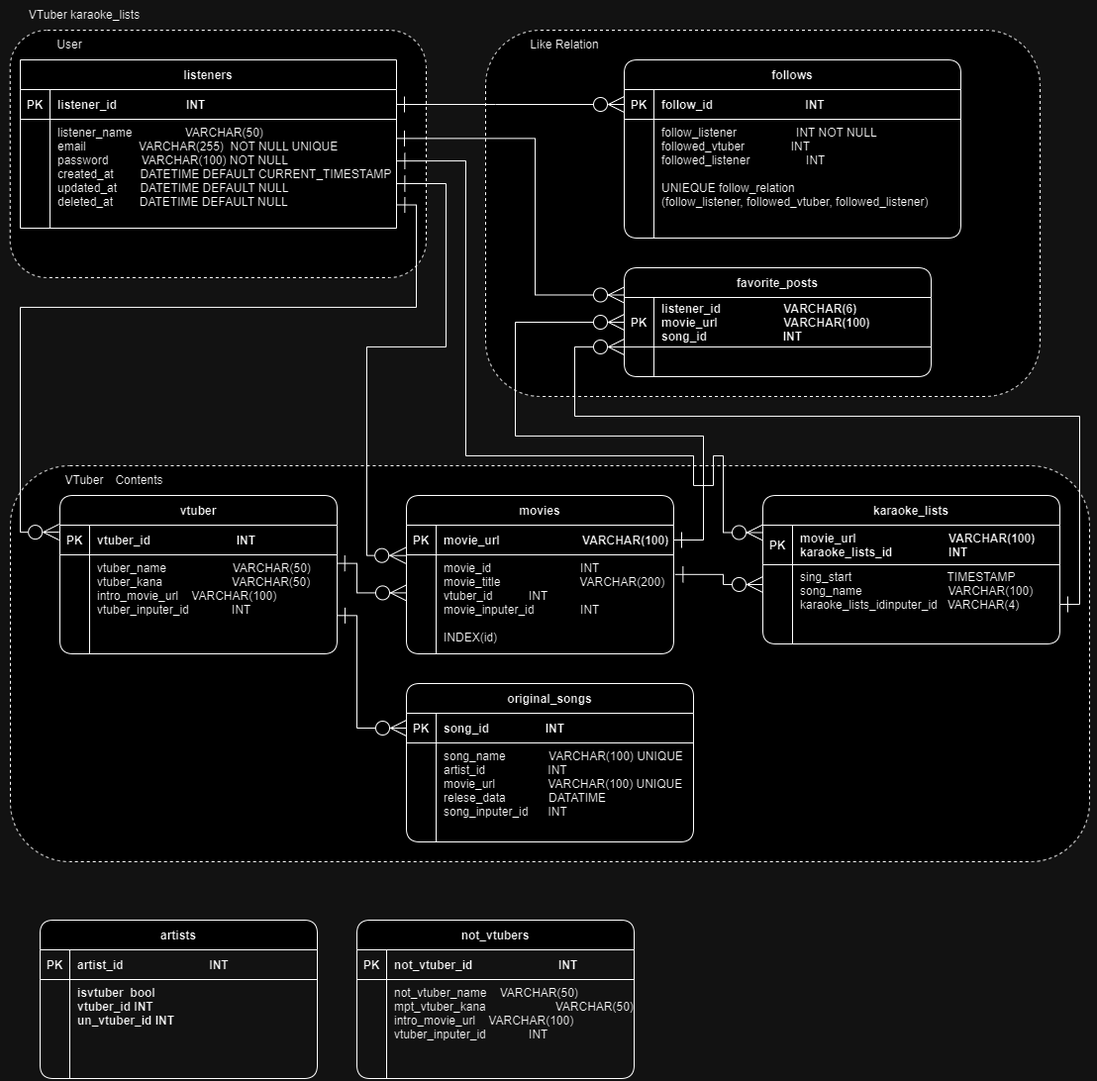
Before: ERfigure_VTuber_kraoke_lists.drawio.png, a diagram exported from draw.io (shari-sushi/V-Kara-Lists). Source tidied: cells renumbered, new cells last; positions are measured from the earlier drawing's top-left corner, leaving out a move shared by most shapes.
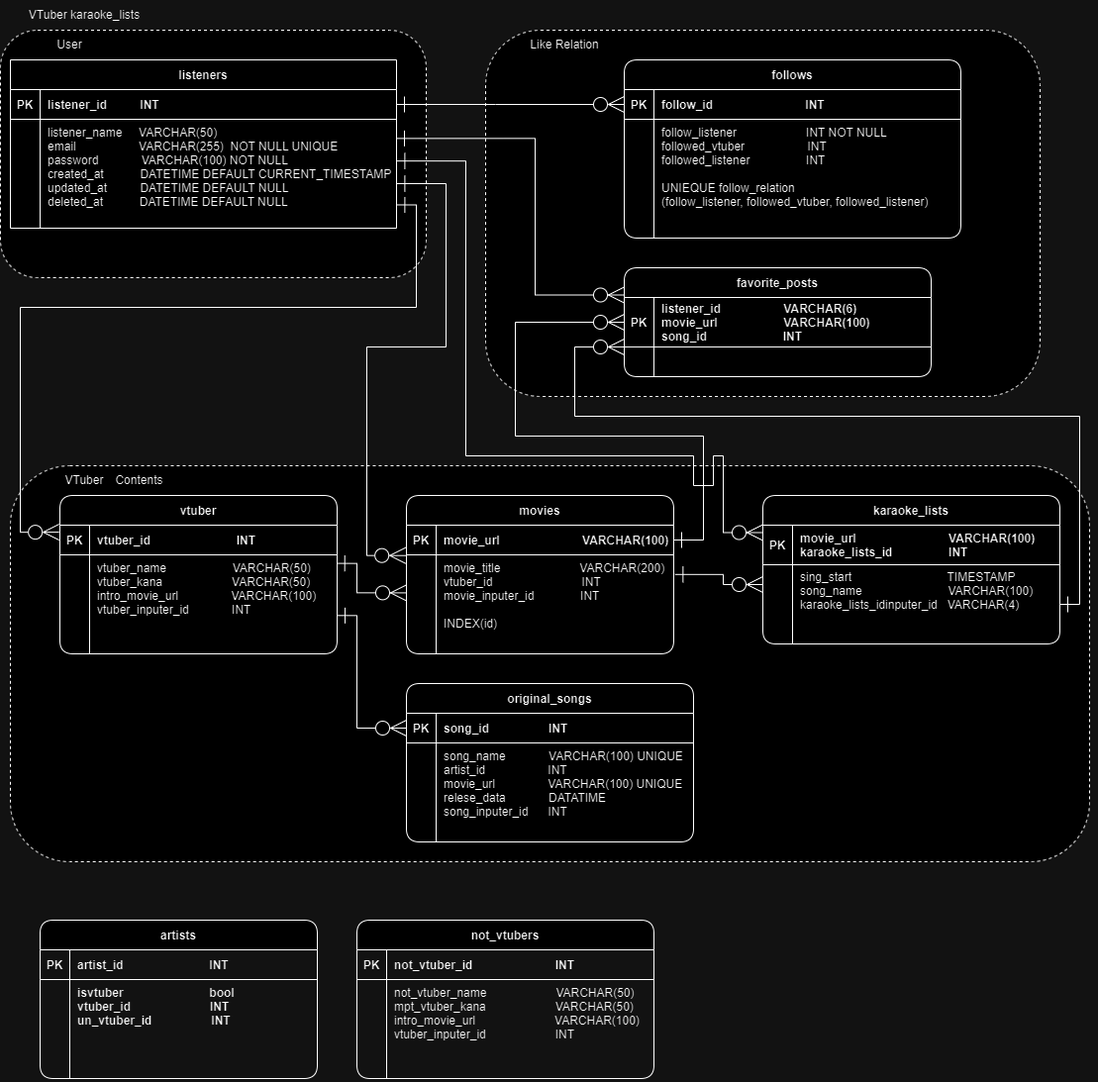
The same file after the commit.

Commit message:
movie_id削除

The edit, as a diff of the source:
```diff
@@ -3,7 +3,7 @@
     <mxCell id="0" />
     <mxCell id="1" parent="0" />
     <mxCell id="2" style="rounded=1;whiteSpace=wrap;html=1;dashed=1;" parent="1" vertex="1">
-      <mxGeometry x="9.8" y="30" width="420.2" height="250" as="geometry" />
+      <mxGeometry y="30" width="430" height="250" as="geometry" />
     </mxCell>
     <mxCell id="3" value="User" style="text;strokeColor=none;align=center;fillColor=none;html=1;verticalAlign=middle;whiteSpace=wrap;rounded=0;" parent="1" vertex="1">
       <mxGeometry x="40" y="30" width="60" height="30" as="geometry" />
@@ -32,7 +32,7 @@
     <mxCell id="11" style="shape=partialRectangle;overflow=hidden;fillColor=none;top=0;left=0;bottom=0;right=0;" parent="10" vertex="1">
       <mxGeometry width="30" height="100" as="geometry" />
     </mxCell>
-    <mxCell id="12" value="vtuber_name                    VARCHAR(50)&#10;vtuber_kana                     VARCHAR(50)&#10;intro_movie_url    VARCHAR(100)&#10;vtuber_inputer_id             INT" style="shape=partialRectangle;overflow=hidden;fillColor=none;top=0;left=0;bottom=0;right=0;align=left;spacingLeft=6;verticalAlign=top;" parent="10" vertex="1">
+    <mxCell id="12" value="vtuber_name                    VARCHAR(50)&#10;vtuber_kana                     VARCHAR(50)&#10;intro_movie_url                VARCHAR(100)&#10;vtuber_inputer_id             INT" style="shape=partialRectangle;overflow=hidden;fillColor=none;top=0;left=0;bottom=0;right=0;align=left;spacingLeft=6;verticalAlign=top;" parent="10" vertex="1">
       <mxGeometry x="30" width="250" height="100" as="geometry" />
     </mxCell>
     <mxCell id="13" value="karaoke_lists" style="shape=table;startSize=30;rowLines=0;fontStyle=1;align=center;rounded=1;" parent="1" vertex="1">
@@ -74,7 +74,7 @@
     <mxCell id="25" style="shape=partialRectangle;overflow=hidden;fillColor=none;top=0;left=0;bottom=0;right=0;" parent="24" vertex="1">
       <mxGeometry width="30" height="100" as="geometry" />
     </mxCell>
-    <mxCell id="26" value="movie_id                           INT&#10;movie_title                        VARCHAR(200)&#10;vtuber_id           INT&#10;movie_inputer_id              INT&#10;&#10;INDEX(id)&#10;" style="shape=partialRectangle;overflow=hidden;fillColor=none;top=0;left=0;bottom=0;right=0;align=left;spacingLeft=6;verticalAlign=top;fontStyle=0;" parent="24" vertex="1">
+    <mxCell id="26" value="movie_title                        VARCHAR(200)&#10;vtuber_id                           INT&#10;movie_inputer_id              INT&#10;&#10;INDEX(id)&#10;" style="shape=partialRectangle;overflow=hidden;fillColor=none;top=0;left=0;bottom=0;right=0;align=left;spacingLeft=6;verticalAlign=top;fontStyle=0;" parent="24" vertex="1">
       <mxGeometry x="30" width="240" height="100" as="geometry" />
     </mxCell>
     <mxCell id="27" value="follows" style="shape=table;startSize=30;rowLines=0;fontStyle=1;align=center;rounded=1;" parent="1" vertex="1">
@@ -95,29 +95,29 @@
     <mxCell id="32" style="shape=partialRectangle;overflow=hidden;fillColor=none;top=0;left=0;bottom=0;right=0;" parent="31" vertex="1">
       <mxGeometry width="30" height="120" as="geometry" />
     </mxCell>
-    <mxCell id="33" value="follow_listener                  INT NOT NULL&#10;followed_vtuber              INT&#10;followed_listener                 INT&#10;&#10;UNIEQUE follow_relation&#10;(follow_listener, followed_vtuber, followed_listener)" style="shape=partialRectangle;overflow=hidden;fillColor=none;top=0;left=0;bottom=0;right=0;align=left;spacingLeft=6;verticalAlign=top;" parent="31" vertex="1">
+    <mxCell id="33" value="follow_listener                     INT NOT NULL&#10;followed_vtuber                   INT&#10;followed_listener                 INT&#10;&#10;UNIEQUE follow_relation&#10;(follow_listener, followed_vtuber, followed_listener)" style="shape=partialRectangle;overflow=hidden;fillColor=none;top=0;left=0;bottom=0;right=0;align=left;spacingLeft=6;verticalAlign=top;" parent="31" vertex="1">
       <mxGeometry x="30" width="310" height="120" as="geometry" />
     </mxCell>
     <mxCell id="34" value="listeners" style="shape=table;startSize=30;rowLines=0;fontStyle=1;align=center;" parent="1" vertex="1">
-      <mxGeometry x="20" y="60" width="380" height="170" as="geometry" />
+      <mxGeometry x="10" y="60" width="390" height="170" as="geometry" />
     </mxCell>
     <mxCell id="35" style="shape=partialRectangle;fillColor=none;points=[[0,0.5],[1,0.5]];portConstraint=eastwest;top=0;left=0;right=0;bottom=1;" parent="34" vertex="1">
-      <mxGeometry y="30" width="380" height="30" as="geometry" />
+      <mxGeometry y="30" width="390" height="30" as="geometry" />
     </mxCell>
     <mxCell id="36" value="PK" style="shape=partialRectangle;overflow=hidden;fillColor=none;top=0;left=0;bottom=0;right=0;fontStyle=1;" parent="35" vertex="1">
       <mxGeometry width="30" height="30" as="geometry" />
     </mxCell>
-    <mxCell id="37" value="listener_id                     INT" style="shape=partialRectangle;overflow=hidden;fillColor=none;top=0;left=0;bottom=0;right=0;align=left;spacingLeft=6;fontStyle=1;" parent="35" vertex="1">
-      <mxGeometry x="30" width="350" height="30" as="geometry" />
+    <mxCell id="37" value="listener_id          INT" style="shape=partialRectangle;overflow=hidden;fillColor=none;top=0;left=0;bottom=0;right=0;align=left;spacingLeft=6;fontStyle=1;" parent="35" vertex="1">
+      <mxGeometry x="30" width="360" height="30" as="geometry" />
     </mxCell>
     <mxCell id="38" style="shape=partialRectangle;fillColor=none;points=[[0,0.5],[1,0.5]];portConstraint=eastwest;top=0;left=0;right=0;bottom=0;" parent="34" vertex="1">
-      <mxGeometry y="60" width="380" height="110" as="geometry" />
+      <mxGeometry y="60" width="390" height="110" as="geometry" />
     </mxCell>
     <mxCell id="39" style="shape=partialRectangle;overflow=hidden;fillColor=none;top=0;left=0;bottom=0;right=0;" parent="38" vertex="1">
       <mxGeometry width="30" height="110" as="geometry" />
     </mxCell>
-    <mxCell id="40" value="listener_name                VARCHAR(50)&#10;email                VARCHAR(255)  NOT NULL UNIQUE&#10;password          VARCHAR(100) NOT NULL&#10;created_at        DATETIME DEFAULT CURRENT_TIMESTAMP&#10;updated_at       DATETIME DEFAULT NULL&#10;deleted_at        DATETIME DEFAULT NULL" style="shape=partialRectangle;overflow=hidden;fillColor=none;top=0;left=0;bottom=0;right=0;align=left;spacingLeft=6;verticalAlign=top;" parent="38" vertex="1">
-      <mxGeometry x="30" width="350" height="110" as="geometry" />
+    <mxCell id="40" value="listener_name     VARCHAR(50)&#10;email                   VARCHAR(255)  NOT NULL UNIQUE&#10;password             VARCHAR(100) NOT NULL&#10;created_at           DATETIME DEFAULT CURRENT_TIMESTAMP&#10;updated_at          DATETIME DEFAULT NULL&#10;deleted_at           DATETIME DEFAULT NULL" style="shape=partialRectangle;overflow=hidden;fillColor=none;top=0;left=0;bottom=0;right=0;align=left;spacingLeft=6;verticalAlign=top;" parent="38" vertex="1">
+      <mxGeometry x="30" width="360" height="110" as="geometry" />
     </mxCell>
     <mxCell id="41" style="edgeStyle=orthogonalEdgeStyle;fontSize=12;html=1;endArrow=ERzeroToMany;startArrow=ERone;rounded=0;startFill=0;endFill=0;exitX=0.999;exitY=0.086;exitDx=0;exitDy=0;exitPerimeter=0;endSize=14;startSize=14;entryX=0;entryY=0.384;entryDx=0;entryDy=0;entryPerimeter=0;" parent="1" edge="1" source="10" target="24">
       <mxGeometry relative="1" as="geometry">
@@ -245,7 +245,7 @@
     <mxCell id="62" value="PK" style="shape=partialRectangle;overflow=hidden;fillColor=none;top=0;left=0;bottom=0;right=0;fontStyle=1;" parent="61" vertex="1">
       <mxGeometry width="30" height="30" as="geometry" />
     </mxCell>
-    <mxCell id="63" value="song_id                 INT" style="shape=partialRectangle;overflow=hidden;fillColor=none;top=0;left=0;bottom=0;right=0;align=left;spacingLeft=6;fontStyle=1;" parent="61" vertex="1">
+    <mxCell id="63" value="song_id                  INT" style="shape=partialRectangle;overflow=hidden;fillColor=none;top=0;left=0;bottom=0;right=0;align=left;spacingLeft=6;fontStyle=1;" parent="61" vertex="1">
       <mxGeometry x="30" width="260" height="30" as="geometry" />
     </mxCell>
     <mxCell id="64" style="shape=partialRectangle;fillColor=none;top=0;left=0;right=0;bottom=0;" parent="60" vertex="1">
@@ -283,29 +283,29 @@
     <mxCell id="73" style="shape=partialRectangle;overflow=hidden;fillColor=none;top=0;left=0;bottom=0;right=0;" parent="72" vertex="1">
       <mxGeometry width="30" height="100" as="geometry" />
     </mxCell>
-    <mxCell id="74" value="isvtuber  bool&#10;vtuber_id INT&#10;un_vtuber_id INT&#10;" style="shape=partialRectangle;overflow=hidden;fillColor=none;top=0;left=0;bottom=0;right=0;align=left;spacingLeft=6;verticalAlign=top;fontStyle=1;" parent="72" vertex="1">
+    <mxCell id="74" value="isvtuber                          bool&#10;vtuber_id                        INT&#10;un_vtuber_id                  INT&#10;" style="shape=partialRectangle;overflow=hidden;fillColor=none;top=0;left=0;bottom=0;right=0;align=left;spacingLeft=6;verticalAlign=top;fontStyle=1;" parent="72" vertex="1">
       <mxGeometry x="30" width="250" height="100" as="geometry" />
     </mxCell>
     <mxCell id="75" value="not_vtubers" style="shape=table;startSize=30;rowLines=0;fontStyle=1;align=center;rounded=1;" parent="1" vertex="1">
-      <mxGeometry x="360" y="929" width="280" height="160" as="geometry" />
+      <mxGeometry x="360" y="929" width="300" height="160" as="geometry" />
     </mxCell>
     <mxCell id="76" style="shape=partialRectangle;fillColor=none;top=0;left=0;right=0;bottom=1;" parent="75" vertex="1">
-      <mxGeometry y="30" width="280" height="30" as="geometry" />
+      <mxGeometry y="30" width="300" height="30" as="geometry" />
     </mxCell>
     <mxCell id="77" value="PK" style="shape=partialRectangle;overflow=hidden;fillColor=none;top=0;left=0;bottom=0;right=0;fontStyle=1;" parent="76" vertex="1">
       <mxGeometry width="30" height="30" as="geometry" />
     </mxCell>
-    <mxCell id="78" value="not_vtuber_id                          INT" style="shape=partialRectangle;overflow=hidden;fillColor=none;top=0;left=0;bottom=0;right=0;align=left;spacingLeft=6;fontStyle=1;" parent="76" vertex="1">
-      <mxGeometry x="30" width="250" height="30" as="geometry" />
+    <mxCell id="78" value="not_vtuber_id                         INT" style="shape=partialRectangle;overflow=hidden;fillColor=none;top=0;left=0;bottom=0;right=0;align=left;spacingLeft=6;fontStyle=1;" parent="76" vertex="1">
+      <mxGeometry x="30" width="270" height="30" as="geometry" />
     </mxCell>
     <mxCell id="79" style="shape=partialRectangle;fillColor=none;top=0;left=0;right=0;bottom=0;" parent="75" vertex="1">
-      <mxGeometry y="60" width="280" height="100" as="geometry" />
+      <mxGeometry y="60" width="300" height="100" as="geometry" />
     </mxCell>
     <mxCell id="80" style="shape=partialRectangle;overflow=hidden;fillColor=none;top=0;left=0;bottom=0;right=0;" parent="79" vertex="1">
       <mxGeometry width="30" height="100" as="geometry" />
     </mxCell>
-    <mxCell id="81" value="not_vtuber_name    VARCHAR(50)&#10;mpt_vtuber_kana                     VARCHAR(50)&#10;intro_movie_url    VARCHAR(100)&#10;vtuber_inputer_id             INT" style="shape=partialRectangle;overflow=hidden;fillColor=none;top=0;left=0;bottom=0;right=0;align=left;spacingLeft=6;verticalAlign=top;" parent="79" vertex="1">
-      <mxGeometry x="30" width="250" height="100" as="geometry" />
+    <mxCell id="81" value="not_vtuber_name                     VARCHAR(50)&#10;mpt_vtuber_kana                     VARCHAR(50)&#10;intro_movie_url                        VARCHAR(100)&#10;vtuber_inputer_id                     INT" style="shape=partialRectangle;overflow=hidden;fillColor=none;top=0;left=0;bottom=0;right=0;align=left;spacingLeft=6;verticalAlign=top;" parent="79" vertex="1">
+      <mxGeometry x="30" width="270" height="100" as="geometry" />
     </mxCell>
   </root>
 </mxGraphModel>
```
